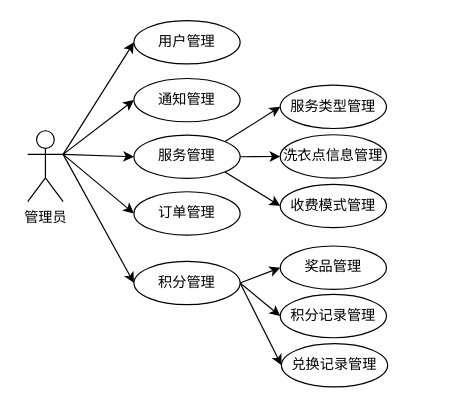
This is 管理员-信息管理.drawio from mochaDMQ/myPicture, a draw.io file, before an edit. Source tidied: cells renumbered, new cells numbered last; positions are measured from the earlier drawing's top-left corner, leaving out a move shared by most shapes. Both pictures are drawn from the tidied source at 118%, with x=0, y=0 at pixel (27, 20).
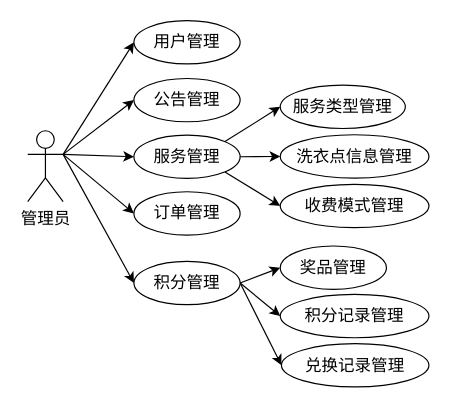
The same diagram, later.

Commit message:
更新管理员-信息管理.drawio

What changed in the source:
```diff
@@
-    <mxCell id="2" style="rounded=0;jettySize=auto;html=1;exitX=1;exitY=0.3333333333333333;exitDx=0;exitDy=0;exitPerimeter=0;entryX=0;entryY=0.5;entryDx=0;entryDy=0;" parent="1" edge="1" source="7" target="9">
+    <mxCell id="2" style="rounded=0;jettySize=auto;html=1;exitX=1;exitY=0.3333333333333333;exitDx=0;exitDy=0;exitPerimeter=0;entryX=0;entryY=0.5;entryDx=0;entryDy=0;fontFamily=宋体;fontSize=14;" parent="1" edge="1" source="7" target="9">
       <mxGeometry relative="1" as="geometry" />
     </mxCell>
-    <mxCell id="3" style="edgeStyle=none;rounded=0;jettySize=auto;html=1;exitX=1;exitY=0.3333333333333333;exitDx=0;exitDy=0;exitPerimeter=0;entryX=0;entryY=0.5;entryDx=0;entryDy=0;" parent="1" edge="1" source="7" target="8">
+    <mxCell id="3" style="edgeStyle=none;rounded=0;jettySize=auto;html=1;exitX=1;exitY=0.3333333333333333;exitDx=0;exitDy=0;exitPerimeter=0;entryX=0;entryY=0.5;entryDx=0;entryDy=0;fontFamily=宋体;fontSize=14;" parent="1" edge="1" source="7" target="8">
       <mxGeometry relative="1" as="geometry" />
     </mxCell>
-    <mxCell id="4" style="edgeStyle=none;rounded=0;jettySize=auto;html=1;exitX=1;exitY=0.3333333333333333;exitDx=0;exitDy=0;exitPerimeter=0;entryX=0;entryY=0.5;entryDx=0;entryDy=0;" parent="1" edge="1" source="7" target="13">
+    <mxCell id="4" style="edgeStyle=none;rounded=0;jettySize=auto;html=1;exitX=1;exitY=0.3333333333333333;exitDx=0;exitDy=0;exitPerimeter=0;entryX=0;entryY=0.5;entryDx=0;entryDy=0;fontFamily=宋体;fontSize=14;" parent="1" edge="1" source="7" target="13">
       <mxGeometry relative="1" as="geometry" />
     </mxCell>
-    <mxCell id="5" style="edgeStyle=none;rounded=0;jettySize=auto;html=1;exitX=1;exitY=0.3333333333333333;exitDx=0;exitDy=0;exitPerimeter=0;entryX=0;entryY=0.5;entryDx=0;entryDy=0;" parent="1" edge="1" source="7" target="17">
+    <mxCell id="5" style="edgeStyle=none;rounded=0;jettySize=auto;html=1;exitX=1;exitY=0.3333333333333333;exitDx=0;exitDy=0;exitPerimeter=0;entryX=0;entryY=0.5;entryDx=0;entryDy=0;fontFamily=宋体;fontSize=14;" parent="1" edge="1" source="7" target="17">
       <mxGeometry relative="1" as="geometry" />
     </mxCell>
-    <mxCell id="6" style="edgeStyle=none;rounded=0;jettySize=auto;html=1;exitX=1;exitY=0.3333333333333333;exitDx=0;exitDy=0;exitPerimeter=0;entryX=0;entryY=0.5;entryDx=0;entryDy=0;" parent="1" edge="1" source="7" target="21">
+    <mxCell id="6" style="edgeStyle=none;rounded=0;jettySize=auto;html=1;exitX=1;exitY=0.3333333333333333;exitDx=0;exitDy=0;exitPerimeter=0;entryX=0;entryY=0.5;entryDx=0;entryDy=0;fontFamily=宋体;fontSize=14;" parent="1" edge="1" source="7" target="21">
       <mxGeometry relative="1" as="geometry" />
     </mxCell>
-    <mxCell id="7" value="管理员" style="shape=umlActor;verticalLabelPosition=bottom;verticalAlign=top;html=1;outlineConnect=0;" parent="1" vertex="1">
+    <mxCell id="7" value="管理员" style="shape=umlActor;verticalLabelPosition=bottom;verticalAlign=top;html=1;outlineConnect=0;fontFamily=宋体;fontSize=14;" parent="1" vertex="1">
       <mxGeometry y="93.3" width="30" height="60" as="geometry" />
     </mxCell>
-    <mxCell id="8" value="通知管理" style="ellipse;whiteSpace=wrap;html=1;" parent="1" vertex="1">
+    <mxCell id="8" value="公告管理" style="ellipse;whiteSpace=wrap;html=1;fontFamily=宋体;fontSize=14;" parent="1" vertex="1">
       <mxGeometry x="90" y="49" width="90" height="36.7" as="geometry" />
     </mxCell>
-    <mxCell id="9" value="用户管理" style="ellipse;whiteSpace=wrap;html=1;" parent="1" vertex="1">
+    <mxCell id="9" value="用户管理" style="ellipse;whiteSpace=wrap;html=1;fontFamily=宋体;fontSize=14;" parent="1" vertex="1">
       <mxGeometry x="90" width="90" height="36.7" as="geometry" />
     </mxCell>
-    <mxCell id="10" style="edgeStyle=none;rounded=0;jettySize=auto;html=1;exitX=1;exitY=0;exitDx=0;exitDy=0;entryX=0;entryY=0.5;entryDx=0;entryDy=0;" parent="1" edge="1" source="13" target="14">
+    <mxCell id="10" style="edgeStyle=none;rounded=0;jettySize=auto;html=1;exitX=1;exitY=0;exitDx=0;exitDy=0;entryX=0;entryY=0.5;entryDx=0;entryDy=0;fontFamily=宋体;fontSize=14;" parent="1" edge="1" source="13" target="14">
       <mxGeometry relative="1" as="geometry" />
     </mxCell>
-    <mxCell id="11" style="edgeStyle=none;rounded=0;jettySize=auto;html=1;exitX=1;exitY=0.5;exitDx=0;exitDy=0;entryX=0;entryY=0.5;entryDx=0;entryDy=0;" parent="1" edge="1" source="13" target="15">
+    <mxCell id="11" style="edgeStyle=none;rounded=0;jettySize=auto;html=1;exitX=1;exitY=0.5;exitDx=0;exitDy=0;entryX=0;entryY=0.5;entryDx=0;entryDy=0;fontFamily=宋体;fontSize=14;" parent="1" edge="1" source="13" target="15">
       <mxGeometry relative="1" as="geometry" />
     </mxCell>
-    <mxCell id="12" style="edgeStyle=none;rounded=0;jettySize=auto;html=1;exitX=1;exitY=1;exitDx=0;exitDy=0;entryX=0;entryY=0.5;entryDx=0;entryDy=0;" parent="1" edge="1" source="13" target="16">
+    <mxCell id="12" style="edgeStyle=none;rounded=0;jettySize=auto;html=1;exitX=1;exitY=1;exitDx=0;exitDy=0;entryX=0;entryY=0.5;entryDx=0;entryDy=0;fontFamily=宋体;fontSize=14;" parent="1" edge="1" source="13" target="16">
       <mxGeometry relative="1" as="geometry" />
     </mxCell>
-    <mxCell id="13" value="服务管理" style="ellipse;whiteSpace=wrap;html=1;" parent="1" vertex="1">
+    <mxCell id="13" value="服务管理" style="ellipse;whiteSpace=wrap;html=1;fontFamily=宋体;fontSize=14;" parent="1" vertex="1">
       <mxGeometry x="90" y="97" width="90" height="36.7" as="geometry" />
     </mxCell>
-    <mxCell id="14" value="服务类型管理" style="ellipse;whiteSpace=wrap;html=1;" parent="1" vertex="1">
-      <mxGeometry x="214" y="54.7" width="90" height="36.7" as="geometry" />
+    <mxCell id="14" value="服务类型管理" style="ellipse;whiteSpace=wrap;html=1;fontFamily=宋体;fontSize=14;" parent="1" vertex="1">
+      <mxGeometry x="214" y="54.7" width="106" height="36.7" as="geometry" />
     </mxCell>
-    <mxCell id="15" value="洗衣点信息管理" style="ellipse;whiteSpace=wrap;html=1;" parent="1" vertex="1">
-      <mxGeometry x="214" y="96.7" width="90" height="36.7" as="geometry" />
+    <mxCell id="15" value="洗衣点信息管理" style="ellipse;whiteSpace=wrap;html=1;fontFamily=宋体;fontSize=14;" parent="1" vertex="1">
+      <mxGeometry x="214" y="96.7" width="126" height="36.7" as="geometry" />
     </mxCell>
-    <mxCell id="16" value="收费模式管理" style="ellipse;whiteSpace=wrap;html=1;" parent="1" vertex="1">
-      <mxGeometry x="214" y="138.7" width="90" height="36.7" as="geometry" />
+    <mxCell id="16" value="收费模式管理" style="ellipse;whiteSpace=wrap;html=1;fontFamily=宋体;fontSize=14;" parent="1" vertex="1">
+      <mxGeometry x="214" y="138.7" width="126" height="36.7" as="geometry" />
     </mxCell>
-    <mxCell id="17" value="订单管理" style="ellipse;whiteSpace=wrap;html=1;" parent="1" vertex="1">
+    <mxCell id="17" value="订单管理" style="ellipse;whiteSpace=wrap;html=1;fontFamily=宋体;fontSize=14;" parent="1" vertex="1">
       <mxGeometry x="90" y="145" width="90" height="36.7" as="geometry" />
     </mxCell>
-    <mxCell id="18" style="edgeStyle=none;rounded=0;jettySize=auto;html=1;exitX=1;exitY=0.5;exitDx=0;exitDy=0;entryX=0;entryY=0.5;entryDx=0;entryDy=0;" parent="1" edge="1" source="21" target="22">
+    <mxCell id="18" style="edgeStyle=none;rounded=0;jettySize=auto;html=1;exitX=1;exitY=0.5;exitDx=0;exitDy=0;entryX=0;entryY=0.5;entryDx=0;entryDy=0;fontFamily=宋体;fontSize=14;" parent="1" edge="1" source="21" target="22">
       <mxGeometry relative="1" as="geometry" />
     </mxCell>
-    <mxCell id="19" style="edgeStyle=none;rounded=0;jettySize=auto;html=1;exitX=1;exitY=0.5;exitDx=0;exitDy=0;entryX=0;entryY=0.5;entryDx=0;entryDy=0;" parent="1" edge="1" source="21" target="23">
+    <mxCell id="19" style="edgeStyle=none;rounded=0;jettySize=auto;html=1;exitX=1;exitY=0.5;exitDx=0;exitDy=0;entryX=0;entryY=0.5;entryDx=0;entryDy=0;fontFamily=宋体;fontSize=14;" parent="1" edge="1" source="21" target="23">
       <mxGeometry relative="1" as="geometry" />
     </mxCell>
-    <mxCell id="20" style="edgeStyle=none;rounded=0;jettySize=auto;html=1;exitX=1;exitY=0.5;exitDx=0;exitDy=0;entryX=0;entryY=0.5;entryDx=0;entryDy=0;" parent="1" edge="1" source="21" target="24">
+    <mxCell id="20" style="edgeStyle=none;rounded=0;jettySize=auto;html=1;exitX=1;exitY=0.5;exitDx=0;exitDy=0;entryX=0;entryY=0.5;entryDx=0;entryDy=0;fontFamily=宋体;fontSize=14;" parent="1" edge="1" source="21" target="24">
       <mxGeometry relative="1" as="geometry" />
     </mxCell>
-    <mxCell id="21" value="积分管理" style="ellipse;whiteSpace=wrap;html=1;" parent="1" vertex="1">
+    <mxCell id="21" value="积分管理" style="ellipse;whiteSpace=wrap;html=1;fontFamily=宋体;fontSize=14;" parent="1" vertex="1">
       <mxGeometry x="90" y="204" width="90" height="36.7" as="geometry" />
     </mxCell>
-    <mxCell id="22" value="奖品管理" style="ellipse;whiteSpace=wrap;html=1;" parent="1" vertex="1">
+    <mxCell id="22" value="奖品管理" style="ellipse;whiteSpace=wrap;html=1;fontFamily=宋体;fontSize=14;" parent="1" vertex="1">
       <mxGeometry x="214" y="191" width="90" height="36.7" as="geometry" />
     </mxCell>
-    <mxCell id="23" value="积分记录管理" style="ellipse;whiteSpace=wrap;html=1;" parent="1" vertex="1">
-      <mxGeometry x="214" y="232" width="90" height="36.7" as="geometry" />
+    <mxCell id="23" value="积分记录管理" style="ellipse;whiteSpace=wrap;html=1;fontFamily=宋体;fontSize=14;" parent="1" vertex="1">
+      <mxGeometry x="214" y="232" width="126" height="36.7" as="geometry" />
     </mxCell>
-    <mxCell id="24" value="兑换记录管理" style="ellipse;whiteSpace=wrap;html=1;" parent="1" vertex="1">
-      <mxGeometry x="215" y="273.7" width="90" height="36.7" as="geometry" />
+    <mxCell id="24" value="兑换记录管理" style="ellipse;whiteSpace=wrap;html=1;fontFamily=宋体;fontSize=14;" parent="1" vertex="1">
+      <mxGeometry x="215" y="273.7" width="125" height="36.7" as="geometry" />
     </mxCell>
```
